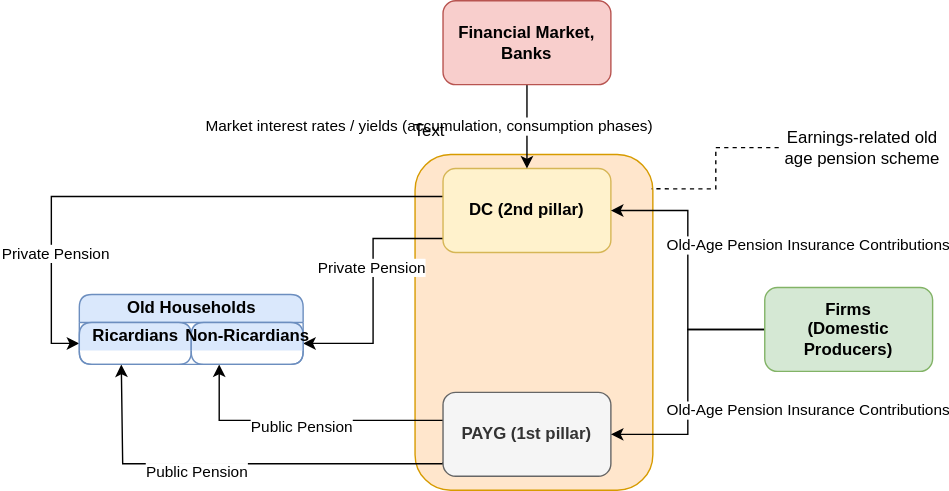
zuzancek/schemes keeps this draw.io diagram as ogre/pensions.drawio.svg. Above is the earlier version. Source tidied: cells renumbered, new cells last; positions are measured from the earlier drawing's top-left corner, leaving out a move shared by most shapes.
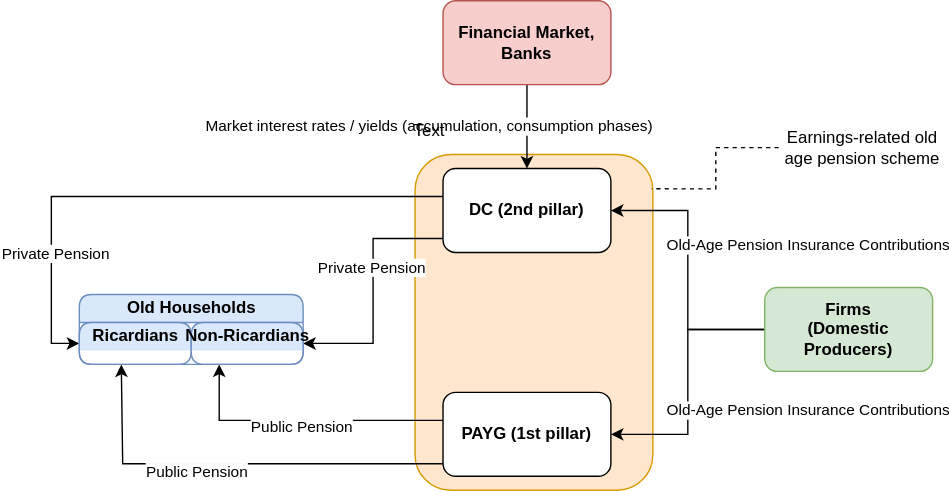
Above is the later version.

What changed in the source:
```diff
@@ -28,7 +28,7 @@
     <mxCell id="6" value="Public Pension" style="edgeLabel;html=1;align=center;verticalAlign=middle;" parent="5" vertex="1">
       <mxGeometry x="0.18" y="5" relative="1" as="geometry" />
     </mxCell>
-    <mxCell id="7" value="PAYG (1st pillar)" style="rounded=1;whiteSpace=wrap;html=1;fillColor=#f5f5f5;fontColor=#333333;strokeColor=#666666;fontStyle=1;" parent="1" vertex="1">
+    <mxCell id="7" value="PAYG (1st pillar)" style="rounded=1;whiteSpace=wrap;html=1;fontStyle=1;fillColor=default;" parent="1" vertex="1">
       <mxGeometry x="280" y="280" width="120" height="60" as="geometry" />
     </mxCell>
     <mxCell id="8" style="edgeStyle=orthogonalEdgeStyle;rounded=0;jettySize=auto;html=1;entryX=1;entryY=0.5;entryDx=0;entryDy=0;" parent="1" edge="1" source="12" target="20">
@@ -53,7 +53,7 @@
     <mxCell id="11" value="Private Pension" style="edgeLabel;html=1;align=center;verticalAlign=middle;" parent="10" vertex="1">
       <mxGeometry x="0.58" y="2" relative="1" as="geometry" />
     </mxCell>
-    <mxCell id="12" value="DC (2nd pillar)" style="rounded=1;whiteSpace=wrap;html=1;fillColor=#fff2cc;strokeColor=#d6b656;fontStyle=1;" parent="1" vertex="1">
+    <mxCell id="12" value="DC (2nd pillar)" style="rounded=1;whiteSpace=wrap;html=1;fontStyle=1;" parent="1" vertex="1">
       <mxGeometry x="280" y="120" width="120" height="60" as="geometry" />
     </mxCell>
     <mxCell id="13" style="edgeStyle=orthogonalEdgeStyle;rounded=0;jettySize=auto;html=1;entryX=1;entryY=0.5;entryDx=0;entryDy=0;" parent="1" edge="1" source="17" target="12">
```
